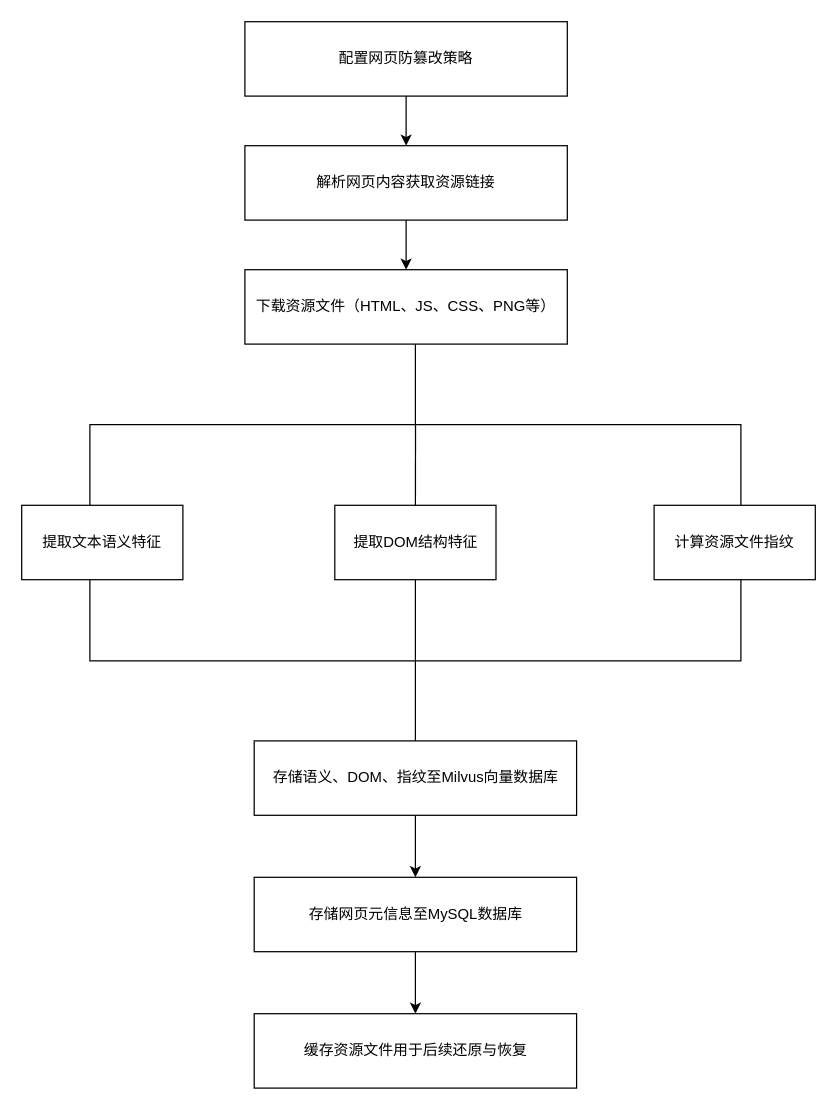
The draw.io diagram 流程图1.drawio in allurelzh/flask_demo, before the edit. Source tidied: cells renumbered, new cells numbered last; positions are measured from the earlier drawing's top-left corner, leaving out a move shared by most shapes. Both pictures are drawn from the tidied source at 124%, with x=0, y=0 at pixel (21, 21).
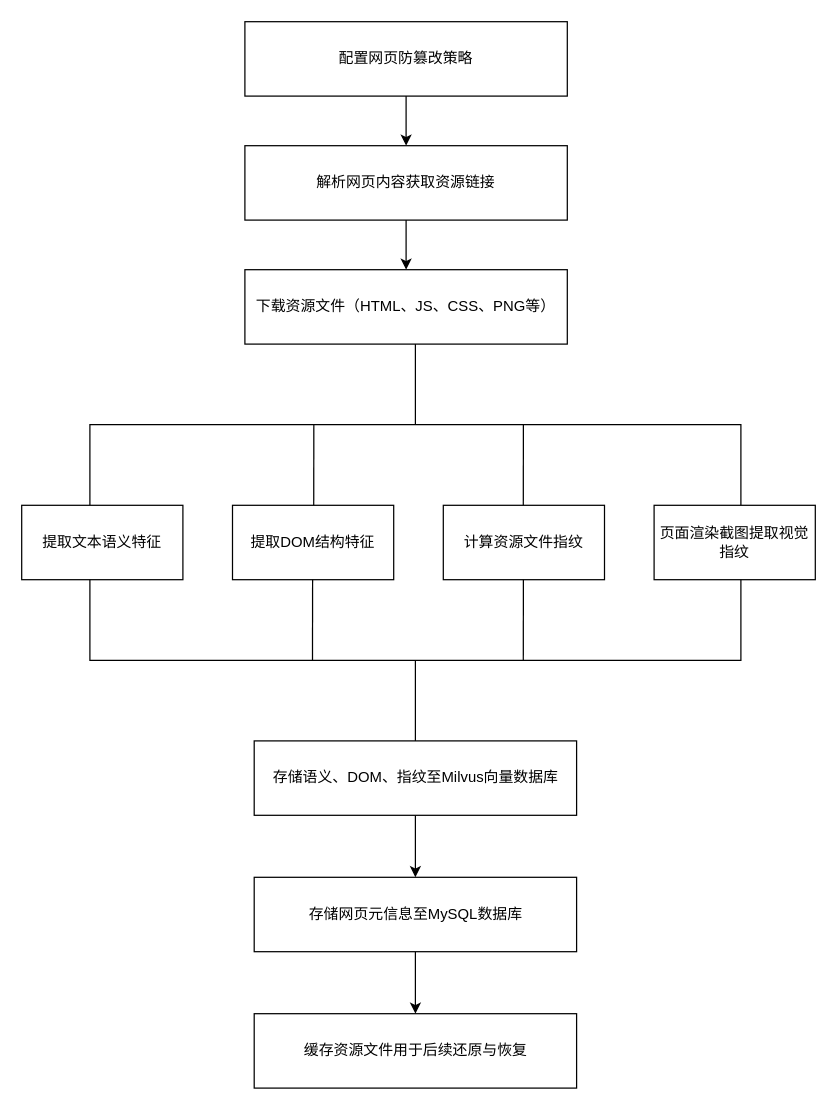
Above is the later version.

Commit message (it also covers changes not shown here):
更新流程图1.drawio

Unchanged cells that the change refers to:
```xml
<mxCell id="7" style="strokeWidth=1;html=1;shape=mxgraph.flowchart.annotation_2;align=left;labelPosition=right;direction=south;strokeColor=default;points=[[0,0.5,0,0,0],[0.5,0,0,0,0],[0.5,1,0,0,0],[1,0,0,0,0],[1,0.5,0,0,0],[1,1,0,0,0]];" parent="1" vertex="1">
  <mxGeometry x="55" y="260" width="525" height="130" as="geometry" />
</mxCell>
```

The edit, as a diff of the source:
```diff
@@
     <mxCell id="8" value="提取DOM结构特征" style="rounded=0;whiteSpace=wrap;html=1;" parent="1" vertex="1">
-      <mxGeometry x="252.5" y="390" width="130" height="60" as="geometry" />
+      <mxGeometry x="170" y="390" width="130" height="60" as="geometry" />
     </mxCell>
@@
-    <mxCell id="10" value="计算资源文件指纹" style="rounded=0;whiteSpace=wrap;html=1;" parent="1" vertex="1">
+    <mxCell id="10" value="页面渲染截图提取视觉指纹" style="rounded=0;whiteSpace=wrap;html=1;" parent="1" vertex="1">
       <mxGeometry x="510" y="390" width="130" height="60" as="geometry" />
     </mxCell>
-    <mxCell id="11" style="endArrow=none;html=1;rounded=0;entryX=0.522;entryY=0.496;entryDx=0;entryDy=0;entryPerimeter=0;exitX=1;exitY=0.5;exitDx=0;exitDy=0;exitPerimeter=0;" parent="1" edge="1" source="7">
+    <mxCell id="11" style="endArrow=none;html=1;rounded=0;entryX=0.522;entryY=0.496;entryDx=0;entryDy=0;entryPerimeter=0;exitX=1;exitY=0.5;exitDx=0;exitDy=0;exitPerimeter=0;" parent="1" edge="1">
       <mxGeometry relative="1" as="geometry">
-        <mxPoint x="317.6" y="324.9" as="targetPoint" />
+        <mxPoint x="235.5" y="390" as="sourcePoint" />
+        <mxPoint x="235.6" y="324.9" as="targetPoint" />
       </mxGeometry>
     </mxCell>
-    <mxCell id="12" style="strokeWidth=1;html=1;shape=mxgraph.flowchart.annotation_2;align=left;labelPosition=right;direction=north;strokeColor=default;points=[[0,0.5,0,0,0],[0.5,0,0,0,0],[0.5,0.5,0,0,0],[0.5,1,0,0,0],[1,0,0,0,0],[1,0.5,0,0,0],[1,1,0,0,0]];" parent="1" vertex="1">
-      <mxGeometry x="55" y="450" width="525" height="131" as="geometry" />
-    </mxCell>
@@
-    <mxCell id="18" style="endArrow=none;html=1;rounded=0;entryX=1;entryY=0.5;entryDx=0;entryDy=0;entryPerimeter=0;exitX=0.5;exitY=0.5;exitDx=0;exitDy=0;exitPerimeter=0;" parent="1" edge="1" source="12" target="12">
-      <mxGeometry relative="1" as="geometry" />
-    </mxCell>
+    <mxCell id="19" value="计算资源文件指纹" style="rounded=0;whiteSpace=wrap;html=1;" parent="1" vertex="1">
+      <mxGeometry x="340" y="390" width="130" height="60" as="geometry" />
+    </mxCell>
+    <mxCell id="20" style="endArrow=none;html=1;rounded=0;entryX=0.522;entryY=0.496;entryDx=0;entryDy=0;entryPerimeter=0;exitX=1;exitY=0.5;exitDx=0;exitDy=0;exitPerimeter=0;" parent="1" edge="1">
+      <mxGeometry relative="1" as="geometry">
+        <mxPoint x="404.5" y="390" as="sourcePoint" />
+        <mxPoint x="404.6" y="324.9" as="targetPoint" />
+      </mxGeometry>
+    </mxCell>
+    <mxCell id="21" style="strokeWidth=1;html=1;shape=mxgraph.flowchart.annotation_2;align=left;labelPosition=right;direction=north;strokeColor=default;" parent="1" vertex="1">
+      <mxGeometry x="55" y="450" width="525" height="130" as="geometry" />
+    </mxCell>
+    <mxCell id="22" style="endArrow=none;html=1;rounded=0;entryX=0.522;entryY=0.496;entryDx=0;entryDy=0;entryPerimeter=0;exitX=1;exitY=0.5;exitDx=0;exitDy=0;exitPerimeter=0;" parent="1" edge="1">
+      <mxGeometry relative="1" as="geometry">
+        <mxPoint x="234.5" y="515.1" as="sourcePoint" />
+        <mxPoint x="234.6" y="450" as="targetPoint" />
+      </mxGeometry>
+    </mxCell>
+    <mxCell id="23" style="endArrow=none;html=1;rounded=0;entryX=0.522;entryY=0.496;entryDx=0;entryDy=0;entryPerimeter=0;exitX=1;exitY=0.5;exitDx=0;exitDy=0;exitPerimeter=0;" parent="1" edge="1">
+      <mxGeometry relative="1" as="geometry">
+        <mxPoint x="404.5" y="515.1" as="sourcePoint" />
+        <mxPoint x="404.6" y="450" as="targetPoint" />
+      </mxGeometry>
+    </mxCell>
```
